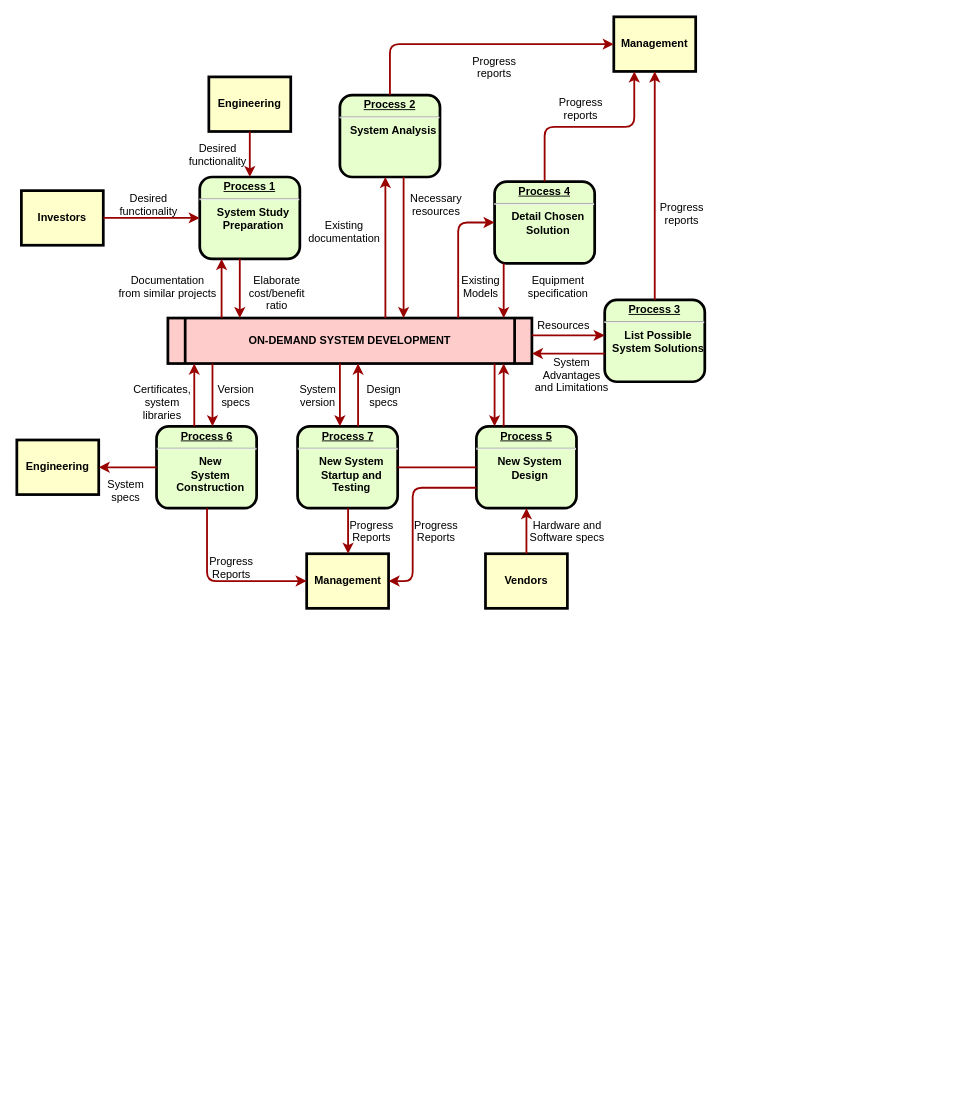
The draw.io diagram clickhouse.drawio in cicelprg/drawio, before the edit. Source tidied: cells renumbered, new cells numbered last; positions are measured from the earlier drawing's top-left corner, leaving out a move shared by most shapes. Both pictures are drawn from the tidied source at 91%, with x=0, y=0 at pixel (16, 16).
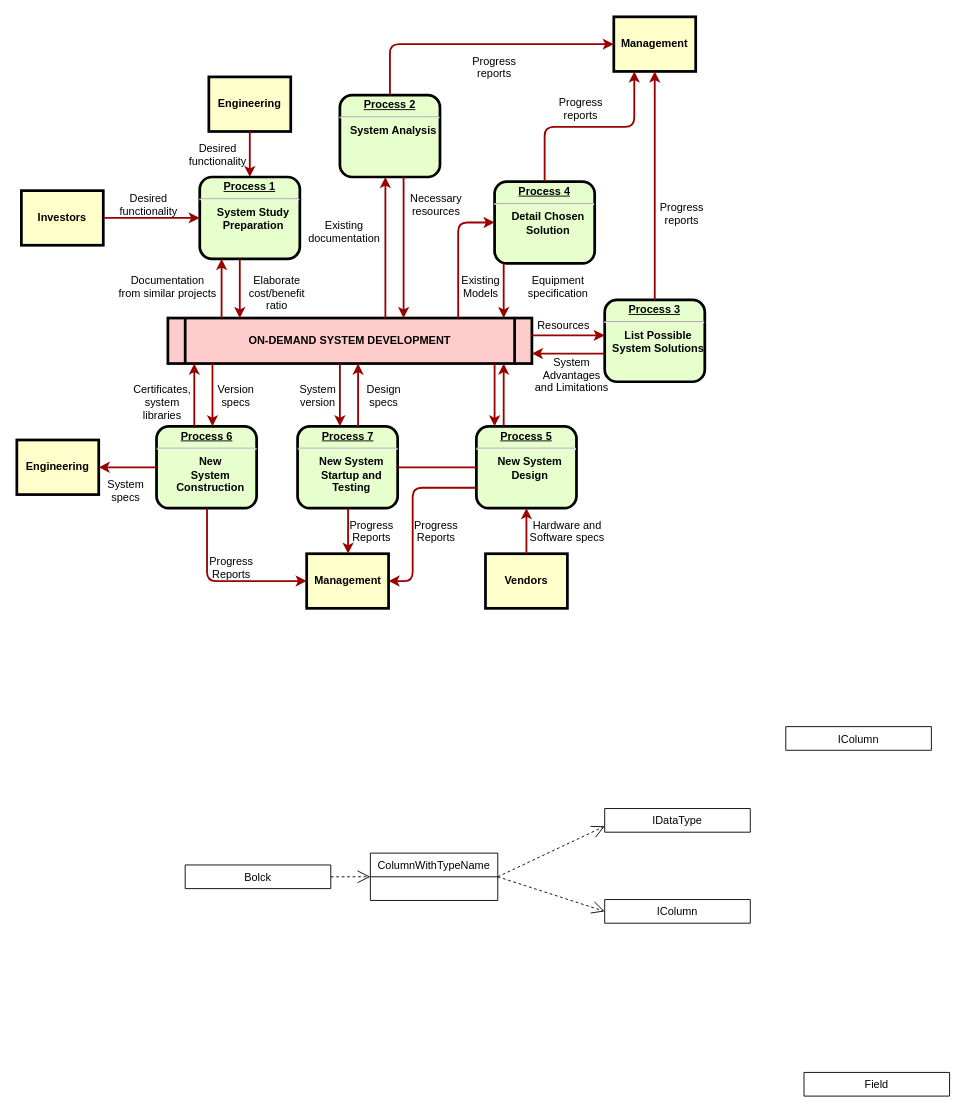
After the change.

Change to the diagram source:
```diff
@@
+    <mxCell id="63" value="ColumnWithTypeName" style="swimlane;fontStyle=0;horizontal=1;startSize=26;fillColor=none;" parent="1" vertex="1">
+      <mxGeometry x="388.5" y="919" width="140" height="52" as="geometry" />
+    </mxCell>
+    <mxCell id="64" value="Bolck" style="swimlane;fontStyle=0;horizontal=1;startSize=26;fillColor=none;" parent="1" vertex="1" collapsed="1">
+      <mxGeometry x="185" y="932" width="160" height="26" as="geometry" />
+    </mxCell>
+    <mxCell id="65" value="IDataType" style="swimlane;fontStyle=0;horizontal=1;startSize=26;fillColor=none;" parent="1" vertex="1" collapsed="1">
+      <mxGeometry x="646" y="870" width="160" height="26" as="geometry" />
+    </mxCell>
+    <mxCell id="66" value="IColumn" style="swimlane;fontStyle=0;horizontal=1;startSize=26;fillColor=none;" parent="1" vertex="1" collapsed="1">
+      <mxGeometry x="646" y="970" width="160" height="26" as="geometry" />
+    </mxCell>
+    <mxCell id="67" value="IColumn" style="swimlane;fontStyle=0;horizontal=1;startSize=26;fillColor=none;" parent="1" vertex="1" collapsed="1">
+      <mxGeometry x="845" y="780" width="160" height="26" as="geometry" />
+    </mxCell>
+    <mxCell id="68" value="Field" style="swimlane;fontStyle=0;horizontal=1;startSize=26;fillColor=none;" parent="1" vertex="1" collapsed="1">
+      <mxGeometry x="865" y="1160" width="160" height="26" as="geometry" />
+    </mxCell>
+    <mxCell id="69" style="endArrow=open;endSize=12;dashed=1;html=1;entryX=0;entryY=0.5;entryDx=0;entryDy=0;exitX=1;exitY=0.5;exitDx=0;exitDy=0;" parent="1" edge="1" source="63" target="66">
+      <mxGeometry relative="1" as="geometry" />
+    </mxCell>
+    <mxCell id="70" style="endArrow=open;endSize=12;dashed=1;html=1;entryX=0;entryY=0.75;entryDx=0;entryDy=0;exitX=1;exitY=0.5;exitDx=0;exitDy=0;" parent="1" edge="1" source="63" target="65">
+      <mxGeometry relative="1" as="geometry" />
+    </mxCell>
+    <mxCell id="71" style="endArrow=open;endSize=12;dashed=1;html=1;entryX=0;entryY=0.5;entryDx=0;entryDy=0;exitX=1;exitY=0.5;exitDx=0;exitDy=0;" parent="1" edge="1" source="64" target="63">
+      <mxGeometry relative="1" as="geometry" />
+    </mxCell>
```
